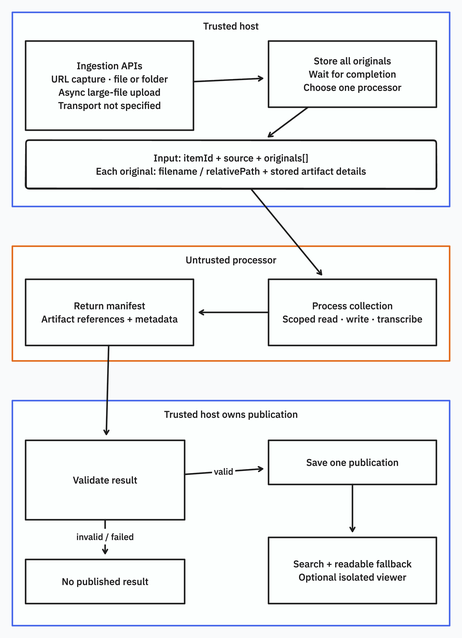
Earlier version of the Mermaid export docs/diagrams/core-flow.png (jmorrell/ubiquitous-carnival). Its source is kept beside it as docs/diagrams/core-flow.mmd.
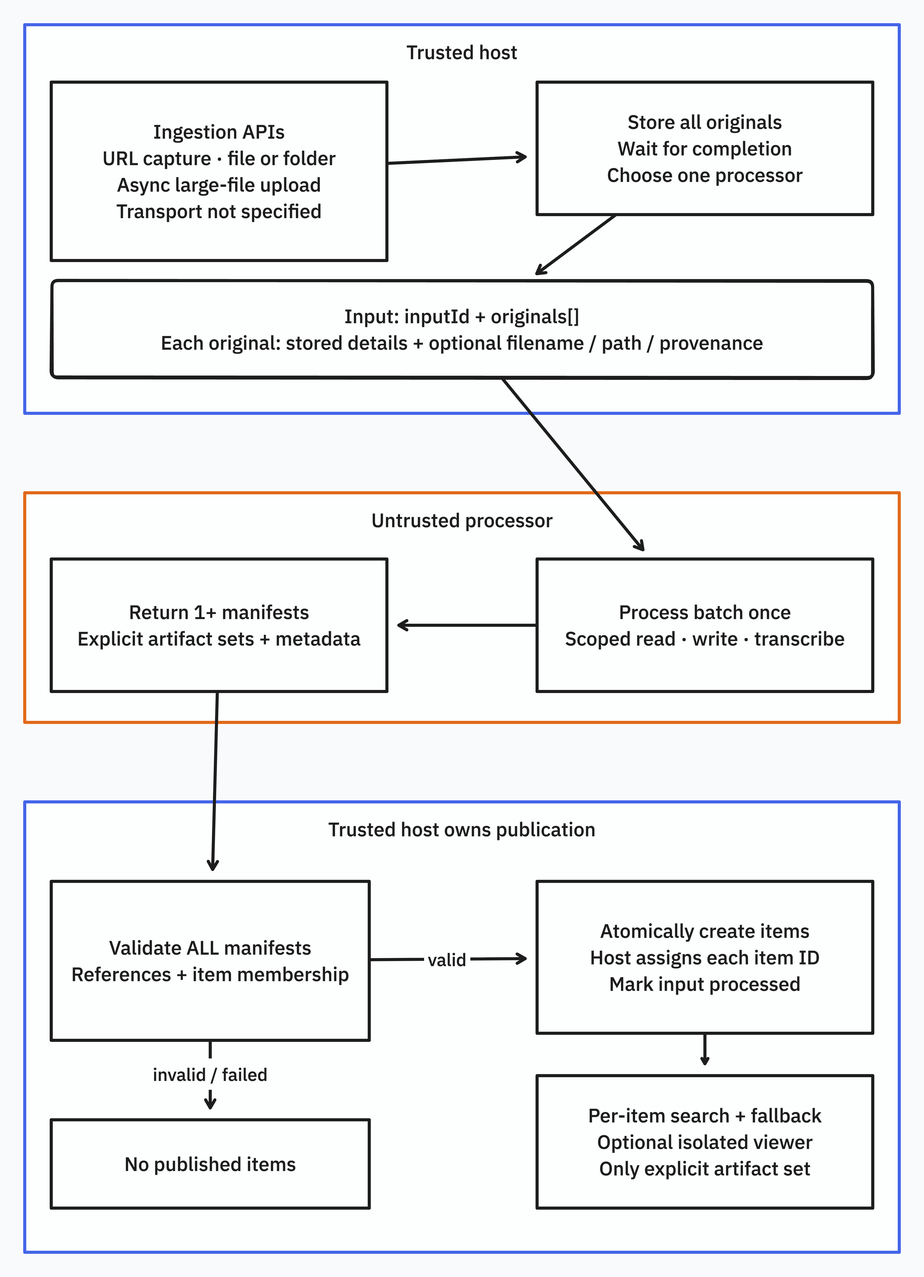
The same diagram one commit later.

Diff of the diagram source:
```diff
@@ -1,18 +1,18 @@
 flowchart TB
-  subgraph HOST[Trusted host: ingestion completes before Input]
+  subgraph HOST[Trusted host]
     direction TB
     A[Ingestion APIs<br/>URL capture · file or folder<br/>Async large-file upload<br/>Transport not specified] --> B[Store all originals<br/>Wait for completion<br/>Choose one processor]
-    B --> I[Input: itemId + source + originals array<br/>Each original: filename / relativePath<br/>+ stored artifact details]
+    B --> I[Input: inputId + originals array<br/>Each original: stored details<br/>+ optional filename / path / provenance]
   end
   subgraph PLUGIN[Untrusted processor]
     direction LR
-    C[Process collection<br/>Scoped read · write · transcribe] --> D[Return manifest<br/>Artifact references + metadata]
+    C[Process batch once<br/>Scoped read · write · transcribe] --> D[Return 1+ manifests<br/>Explicit artifact sets + metadata]
   end
   I --> C
   subgraph SAVE[Trusted host owns publication]
     direction LR
-    E{Validate result} -->|valid| F[Save one publication]
-    E -->|invalid / failed| X[No published result]
+    E{Validate ALL manifests<br/>References + item membership} -->|valid| F[Atomically create items<br/>Host assigns each item ID<br/>Mark input processed]
+    E -->|invalid / failed| X[No published items]
+    F --> G[Per-item search + fallback<br/>Optional isolated viewer<br/>Only explicit artifact set]
   end
   D --> E
-  F --> G[Search + readable fallback<br/>Optional isolated viewer]
```
